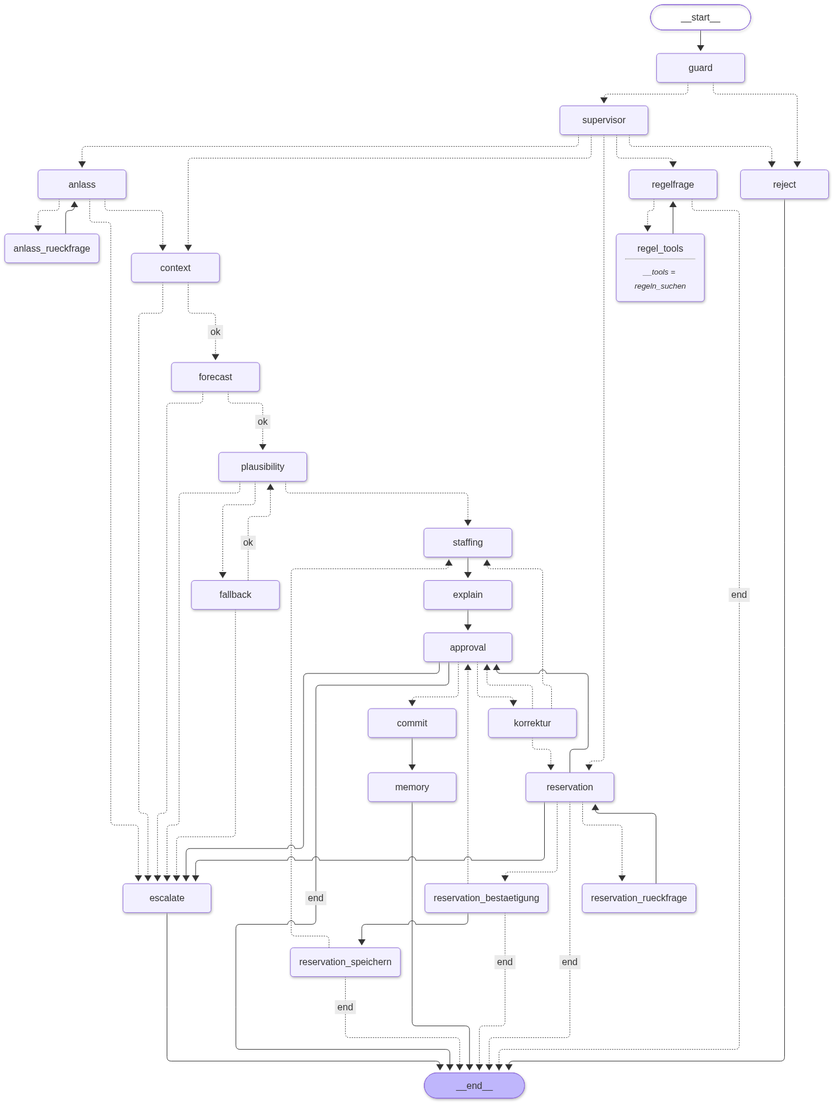
The Mermaid diagram docs/graph.png in GenAI-BAI-2026HS/gastroplanner, before a commit. Its source is kept beside it as docs/graph.mmd.
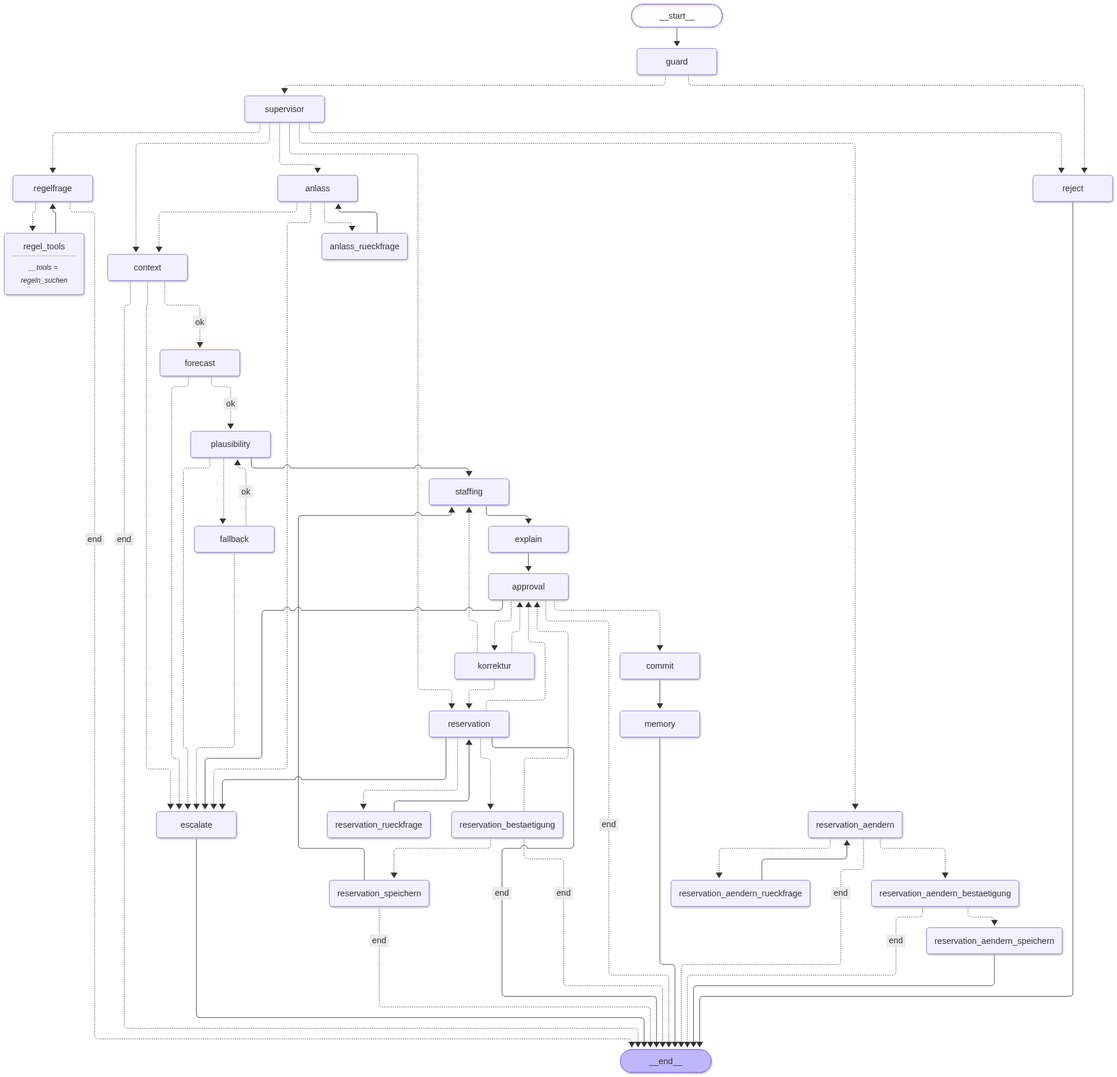
After the change.

Change to the diagram source:
```diff
@@ -16,6 +16,10 @@
 	reservation_rueckfrage(reservation_rueckfrage)
 	reservation_bestaetigung(reservation_bestaetigung)
 	reservation_speichern(reservation_speichern)
+	reservation_aendern(reservation_aendern)
+	reservation_aendern_rueckfrage(reservation_aendern_rueckfrage)
+	reservation_aendern_bestaetigung(reservation_aendern_bestaetigung)
+	reservation_aendern_speichern(reservation_aendern_speichern)
 	context(context)
 	forecast(forecast)
 	plausibility(plausibility)
@@ -38,6 +42,7 @@
 	approval -.-> escalate;
 	approval -.-> korrektur;
 	commit --> memory;
+	context -. &nbsp;end&nbsp; .-> __end__;
 	context -.-> escalate;
 	context -. &nbsp;ok&nbsp; .-> forecast;
 	explain --> approval;
@@ -61,6 +66,12 @@
 	reservation -.-> escalate;
 	reservation -.-> reservation_bestaetigung;
 	reservation -.-> reservation_rueckfrage;
+	reservation_aendern -. &nbsp;end&nbsp; .-> __end__;
+	reservation_aendern -.-> reservation_aendern_bestaetigung;
+	reservation_aendern -.-> reservation_aendern_rueckfrage;
+	reservation_aendern_bestaetigung -. &nbsp;end&nbsp; .-> __end__;
+	reservation_aendern_bestaetigung -.-> reservation_aendern_speichern;
+	reservation_aendern_rueckfrage --> reservation_aendern;
 	reservation_bestaetigung -. &nbsp;end&nbsp; .-> __end__;
 	reservation_bestaetigung -.-> approval;
 	reservation_bestaetigung -.-> reservation_speichern;
@@ -73,9 +84,11 @@
 	supervisor -.-> regelfrage;
 	supervisor -.-> reject;
 	supervisor -.-> reservation;
+	supervisor -.-> reservation_aendern;
 	escalate --> __end__;
 	memory --> __end__;
 	reject --> __end__;
+	reservation_aendern_speichern --> __end__;
 	classDef default fill:#f2f0ff,line-height:1.2
 	classDef first fill-opacity:0
 	classDef last fill:#bfb6fc
```
